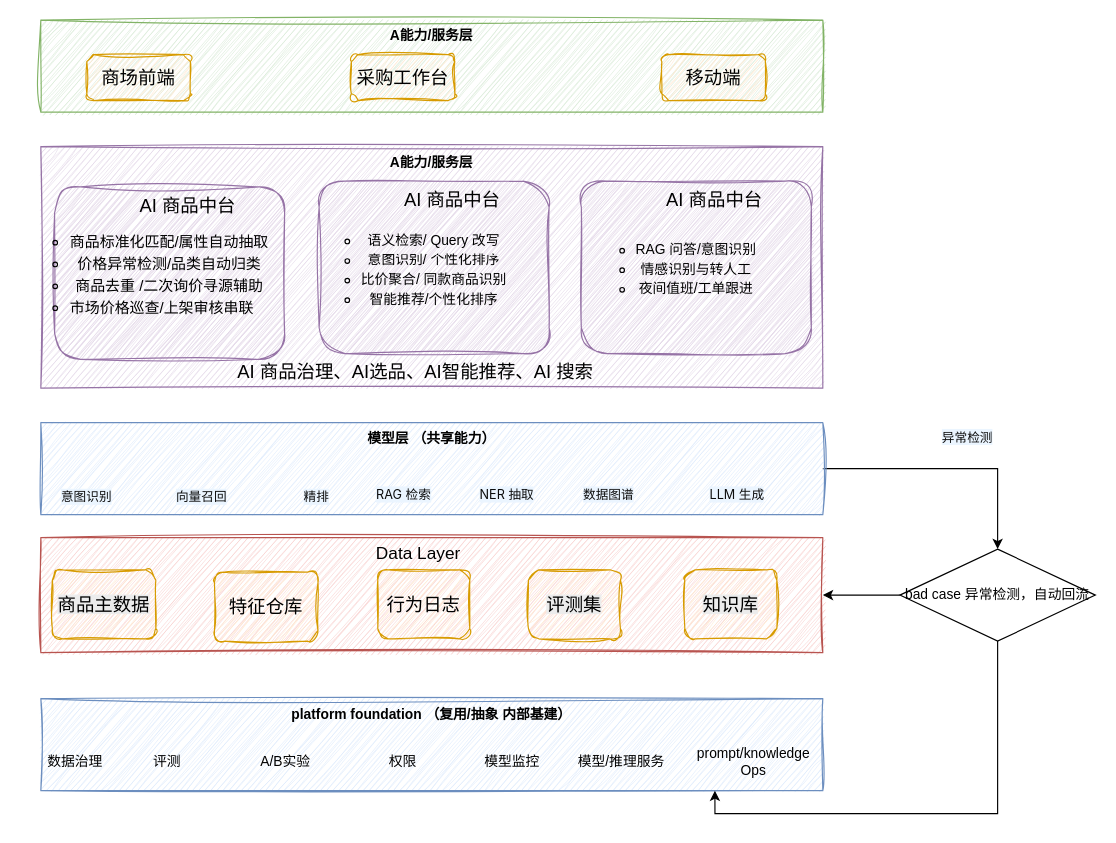
This is page "第 1 页" (3 of 4) of AI基础能力分层架构.drawio from China-li-bai/draw, a draw.io file, before an edit. Source tidied: cells renumbered, new cells numbered last; positions are measured from the earlier drawing's top-left corner, leaving out a move shared by most shapes. Both pictures are drawn from the tidied source at 115%, with x=0, y=0 at pixel (20, 20).
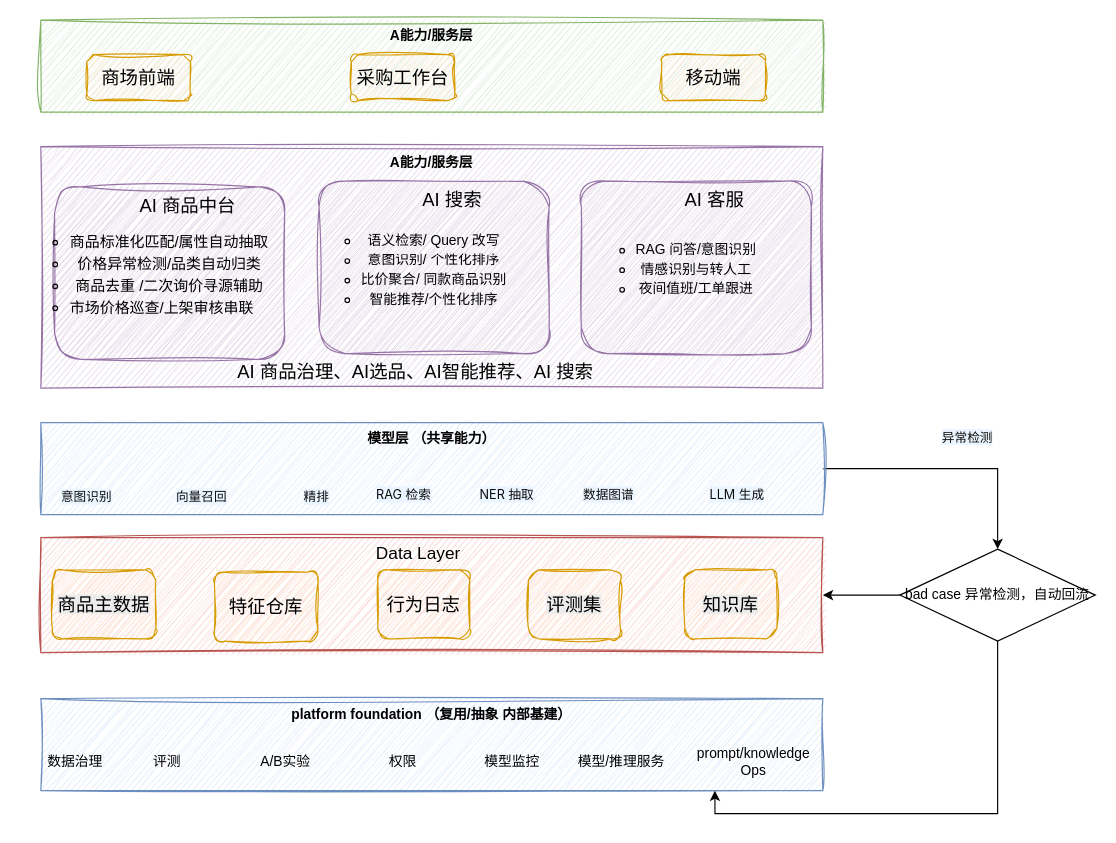
After the change.

Commit message:
更新AI基础能力分层架构.drawio

What changed in the source:
```diff
@@
-    <mxCell id="38" value="&lt;div style=&quot;text-align: justify; text-indent: 32px;&quot;&gt;&lt;font face=&quot;宋体&quot;&gt;&lt;span style=&quot;font-size: 16px;&quot;&gt;AI 商品中台&lt;/span&gt;&lt;/font&gt;&lt;/div&gt;" style="rounded=1;whiteSpace=wrap;html=1;fillColor=#e1d5e7;strokeColor=#9673a6;sketch=1;curveFitting=1;jiggle=2;verticalAlign=top;" parent="1" vertex="1">
+    <mxCell id="38" value="&lt;div style=&quot;text-align: justify; text-indent: 32px;&quot;&gt;&lt;font face=&quot;宋体&quot;&gt;&lt;span style=&quot;font-size: 16px;&quot;&gt;AI 搜索&lt;/span&gt;&lt;/font&gt;&lt;/div&gt;" style="rounded=1;whiteSpace=wrap;html=1;fillColor=#e1d5e7;strokeColor=#9673a6;sketch=1;curveFitting=1;jiggle=2;verticalAlign=top;" parent="1" vertex="1">
       <mxGeometry x="260" y="140" width="200" height="150" as="geometry" />
     </mxCell>
@@
-    <mxCell id="40" value="&lt;div style=&quot;text-align: justify; text-indent: 32px;&quot;&gt;&lt;font face=&quot;宋体&quot;&gt;&lt;span style=&quot;font-size: 16px;&quot;&gt;AI 商品中台&lt;/span&gt;&lt;/font&gt;&lt;/div&gt;" style="rounded=1;whiteSpace=wrap;html=1;fillColor=#e1d5e7;strokeColor=#9673a6;sketch=1;curveFitting=1;jiggle=2;verticalAlign=top;" parent="1" vertex="1">
+    <mxCell id="40" value="&lt;div style=&quot;text-align: justify; text-indent: 32px;&quot;&gt;&lt;font face=&quot;宋体&quot;&gt;&lt;span style=&quot;font-size: 16px;&quot;&gt;AI 客服&lt;/span&gt;&lt;/font&gt;&lt;/div&gt;" style="rounded=1;whiteSpace=wrap;html=1;fillColor=#e1d5e7;strokeColor=#9673a6;sketch=1;curveFitting=1;jiggle=2;verticalAlign=top;" parent="1" vertex="1">
       <mxGeometry x="488" y="140" width="200" height="150" as="geometry" />
     </mxCell>
```
